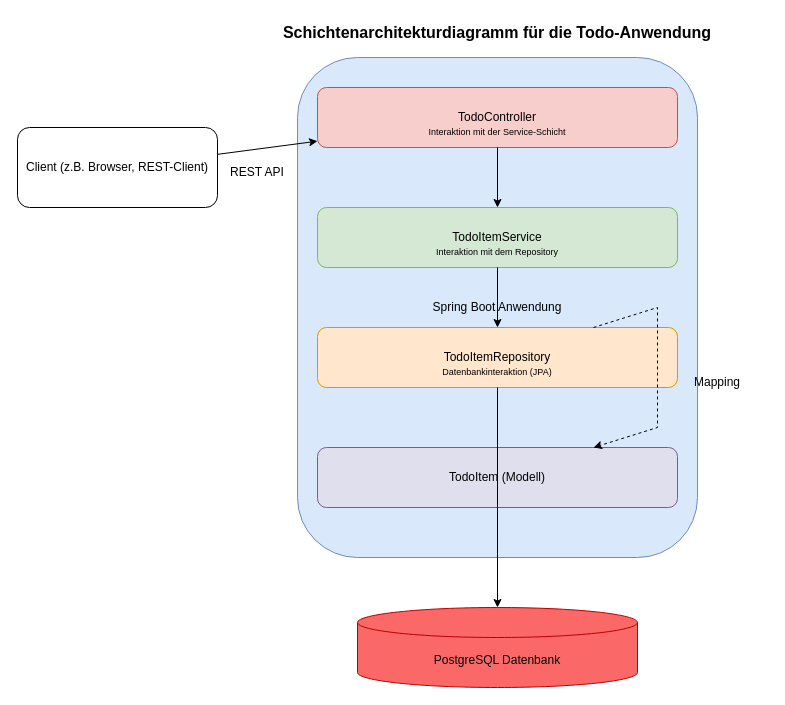
Before: BigPicture.drawio in HenriK0ch/m450-HV-todo, a draw.io diagram. Source tidied: cells renumbered, new cells numbered last; positions are measured from the earlier drawing's top-left corner, leaving out a move shared by most shapes. Both pictures are drawn from the tidied source at 100%, with x=0, y=0 at pixel (17, 17).
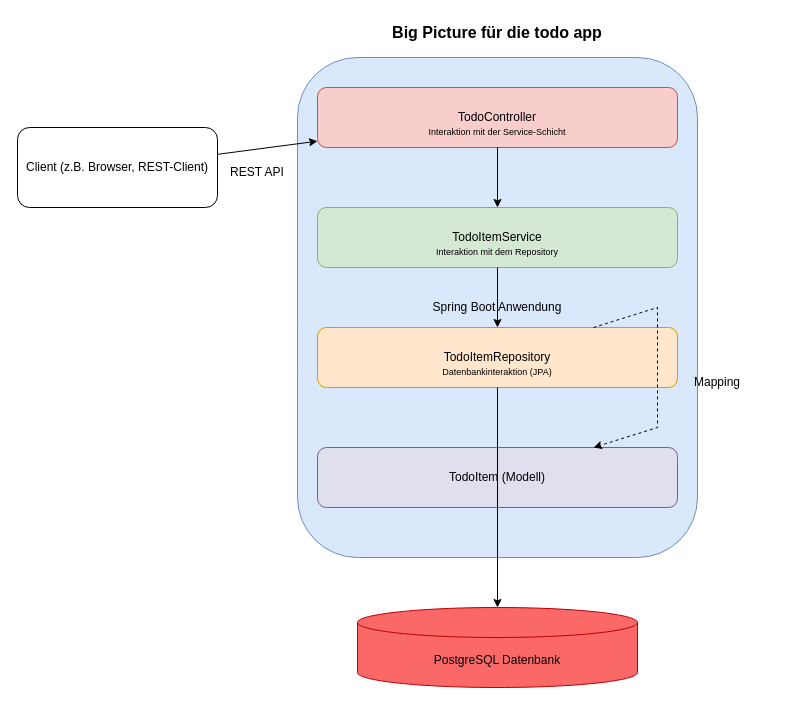
Above is the later version.

Diff of the diagram source:
```diff
@@
-    <mxCell id="19" value="Schichtenarchitekturdiagramm für die Todo-Anwendung" style="text;html=1;strokeColor=none;fillColor=none;align=center;verticalAlign=middle;whiteSpace=wrap;rounded=0;fontStyle=1;fontSize=16;" parent="1" vertex="1">
+    <mxCell id="19" value="Big Picture für die todo app" style="text;html=1;strokeColor=none;fillColor=none;align=center;verticalAlign=middle;whiteSpace=wrap;rounded=0;fontStyle=1;fontSize=16;" parent="1" vertex="1">
       <mxGeometry x="240" width="480" height="30" as="geometry" />
     </mxCell>
```
